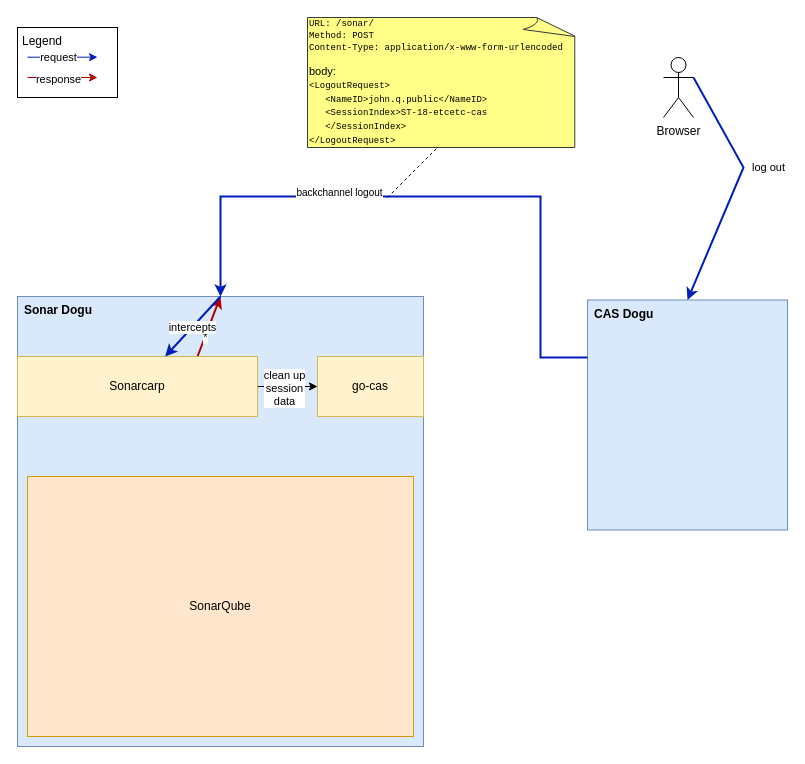
This is docs/development/images/sonarcarp_and_sonarqube_backchannel_logout.drawio from cloudogu/sonar, a draw.io file, before an edit. Source tidied: cells renumbered, new cells numbered last; positions are measured from the earlier drawing's top-left corner, leaving out a move shared by most shapes. Both pictures are drawn from the tidied source at 100%, with x=0, y=0 at pixel (17, 17).
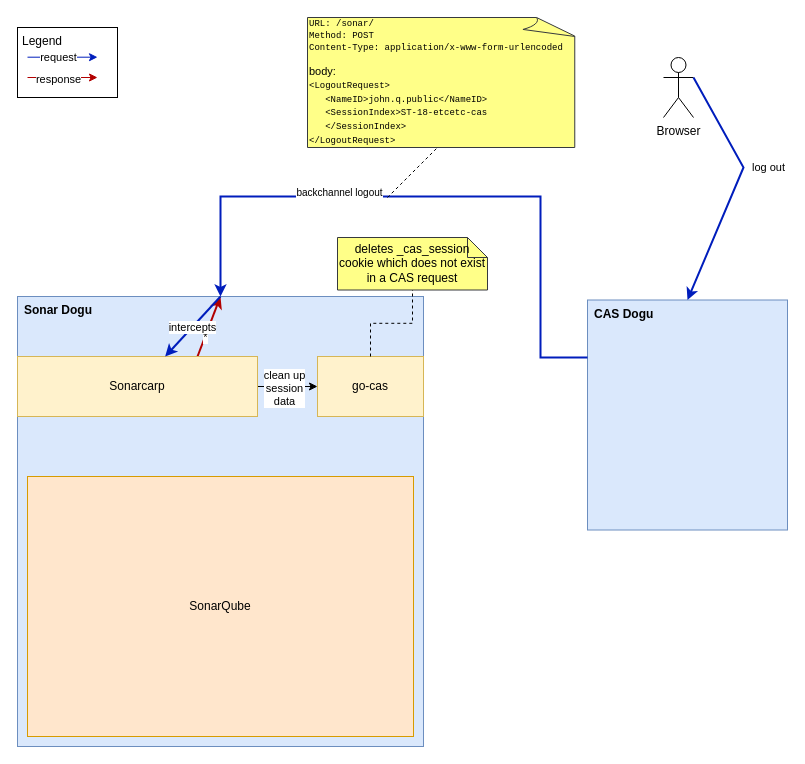
After the change.

Commit message (it also covers changes not shown here):
#148 Explain cookie deletion and replace images

Unchanged cells that the change refers to:
```xml
<mxCell id="9" value="go-cas" style="rounded=0;whiteSpace=wrap;html=1;fillColor=#fff2cc;strokeColor=#d6b656;" parent="1" vertex="1">
  <mxGeometry x="300" y="339" width="106" height="60" as="geometry" />
</mxCell>
```

Change to the diagram source:
```diff
@@
+    <mxCell id="26" value="&lt;div&gt;deletes _cas_session cookie which does not exist in a CAS request&lt;/div&gt;" style="shape=note;size=20;whiteSpace=wrap;html=1;fillColor=#ffff88;strokeColor=#36393d;" parent="1" vertex="1">
+      <mxGeometry x="320" y="220" width="150" height="52.5" as="geometry" />
+    </mxCell>
+    <mxCell id="27" style="edgeStyle=orthogonalEdgeStyle;rounded=0;jettySize=auto;html=1;entryX=0.5;entryY=1;entryDx=0;entryDy=0;entryPerimeter=0;endArrow=none;endFill=0;dashed=1;" parent="1" edge="1" source="9" target="26">
+      <mxGeometry relative="1" as="geometry" />
+    </mxCell>
```
